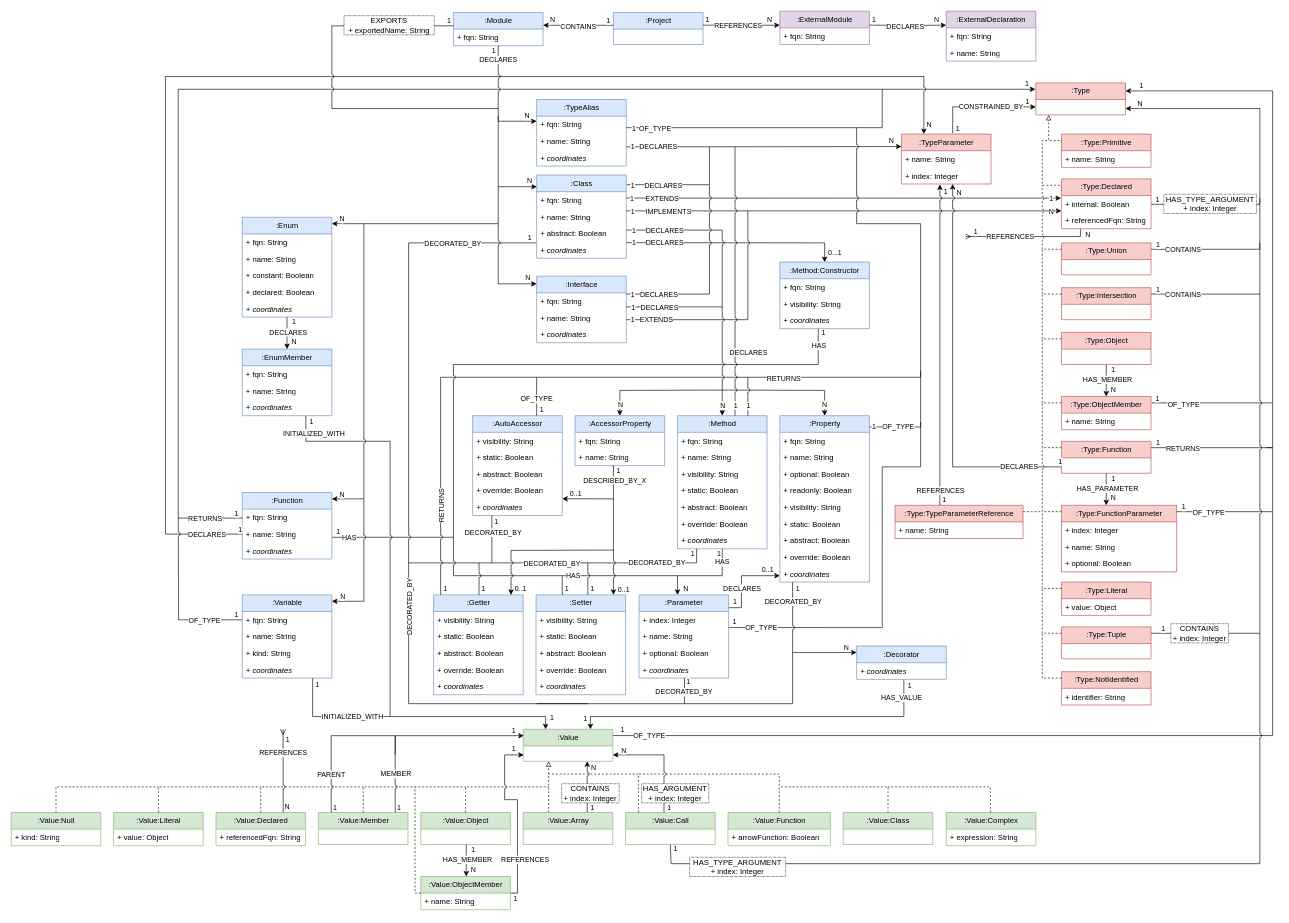
The draw.io diagram docs/jqa-ts-plugin-model.drawio in jqassistant-plugin/jqassistant-typescript-plugin, before the edit. Source tidied: cells renumbered, new cells numbered last; positions are measured from the earlier drawing's top-left corner, leaving out a move shared by most shapes. Both pictures are drawn from the tidied source at 64%, with x=0, y=0 at pixel (11, 11).
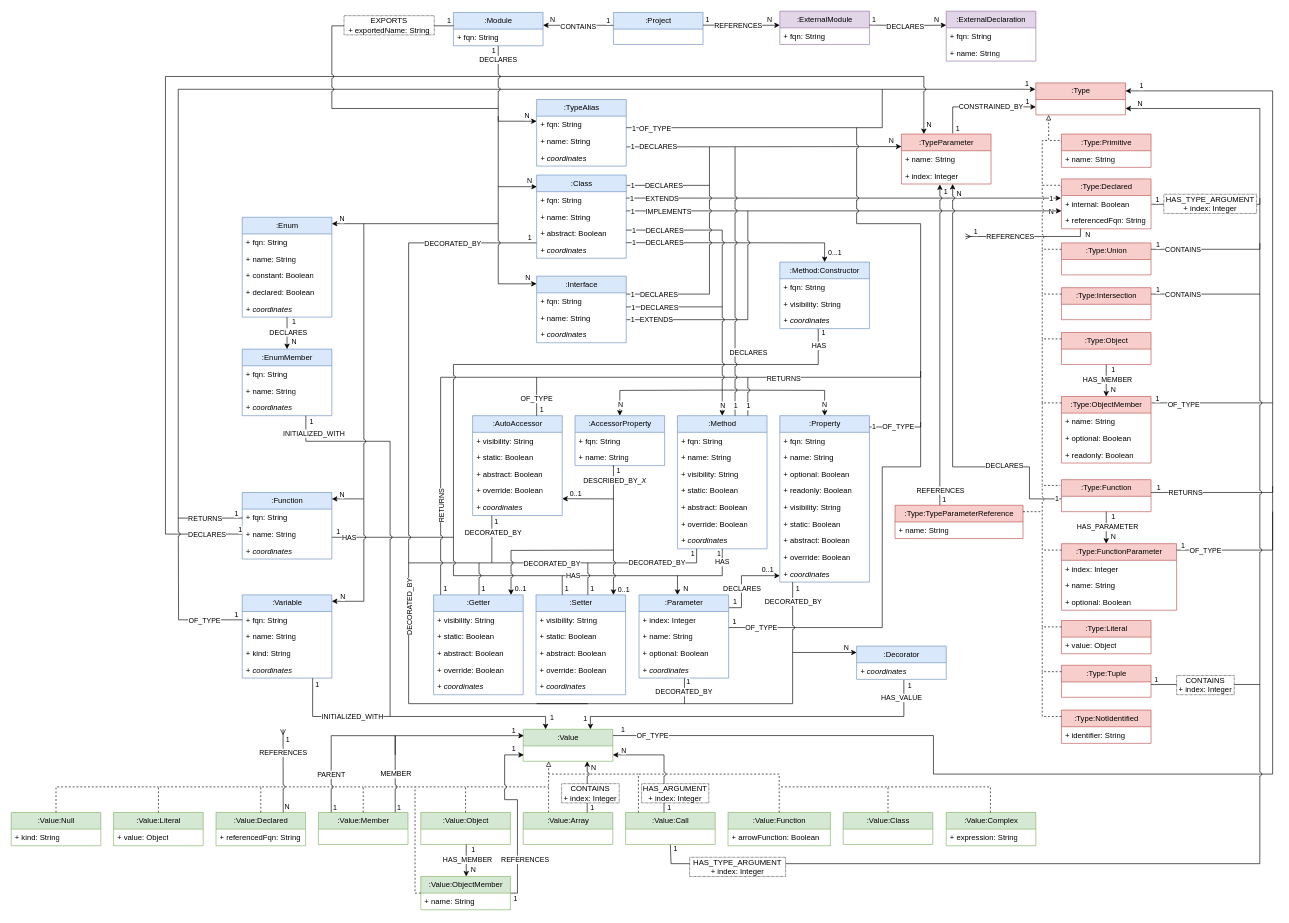
The same page after the edit.

The change refers to these unchanged cells:
```xml
<mxCell id="64" value="+ index: Integer" style="text;strokeColor=none;fillColor=none;align=left;verticalAlign=top;spacingLeft=4;spacingRight=4;overflow=hidden;points=[[0,0.5],[1,0.5]];portConstraint=eastwest;whiteSpace=wrap;html=1;" parent="62" vertex="1">
  <mxGeometry y="52" width="140" height="26" as="geometry" />
</mxCell>
<mxCell id="100" value=":Class" style="swimlane;fontStyle=0;horizontal=1;startSize=26;fillColor=#dae8fc;html=1;strokeColor=#6c8ebf;" parent="1" vertex="1">
  <mxGeometry x="821" y="256" width="140" height="130" as="geometry" />
</mxCell>
<mxCell id="127" value=":Value" style="swimlane;fontStyle=0;horizontal=1;startSize=26;fillColor=#d5e8d4;html=1;strokeColor=#82b366;" parent="1" vertex="1">
  <mxGeometry x="800" y="1122" width="140" height="50" as="geometry" />
</mxCell>
<mxCell id="194" value=":Value:Call" style="swimlane;fontStyle=0;horizontal=1;startSize=26;fillColor=#d5e8d4;html=1;strokeColor=#82b366;" parent="1" vertex="1">
  <mxGeometry x="960" y="1252" width="140" height="50" as="geometry" />
</mxCell>
```

Change to the diagram source:
```diff
@@
     <mxCell id="48" value=":Type:ObjectMember" style="swimlane;fontStyle=0;horizontal=1;startSize=26;fillColor=#f8cecc;html=1;strokeColor=#b85450;" parent="1" vertex="1">
-      <mxGeometry x="1641" y="602" width="140" height="52" as="geometry" />
+      <mxGeometry x="1641" y="602" width="140" height="104" as="geometry" />
     </mxCell>
@@
+    <mxCell id="406" value="+ optional: Boolean" style="text;strokeColor=none;fillColor=none;align=left;verticalAlign=top;spacingLeft=4;spacingRight=4;overflow=hidden;whiteSpace=wrap;html=1;" parent="48" vertex="1">
+      <mxGeometry y="52" width="140" height="26" as="geometry" />
+    </mxCell>
+    <mxCell id="407" value="+ readonly: Boolean" style="text;strokeColor=none;fillColor=none;align=left;verticalAlign=top;spacingLeft=4;spacingRight=4;overflow=hidden;whiteSpace=wrap;html=1;" parent="48" vertex="1">
+      <mxGeometry y="78" width="140" height="26" as="geometry" />
+    </mxCell>
@@
     <mxCell id="54" value=":Type:Function" style="swimlane;fontStyle=0;horizontal=1;startSize=26;fillColor=#f8cecc;html=1;strokeColor=#b85450;" parent="1" vertex="1">
-      <mxGeometry x="1641" y="672" width="140" height="50" as="geometry" />
+      <mxGeometry x="1641" y="732" width="140" height="50" as="geometry" />
     </mxCell>
     <mxCell id="55" style="edgeStyle=orthogonalEdgeStyle;rounded=0;orthogonalLoop=1;jettySize=auto;html=1;endArrow=none;endFill=0;jumpStyle=none;" parent="1" edge="1">
       <mxGeometry relative="1" as="geometry">
-        <mxPoint x="1781" y="682" as="sourcePoint" />
+        <mxPoint x="1781" y="752" as="sourcePoint" />
         <mxPoint x="1971" y="612" as="targetPoint" />
         <Array as="points">
-          <mxPoint x="1971" y="682" />
+          <mxPoint x="1781" y="752" />
+          <mxPoint x="1971" y="752" />
         </Array>
       </mxGeometry>
     </mxCell>
     <mxCell id="56" value="RETURNS" style="edgeLabel;html=1;align=center;verticalAlign=middle;" parent="55" vertex="1">
       <mxGeometry x="-0.03" relative="1" as="geometry">
-        <mxPoint x="-77" as="offset" />
+        <mxPoint x="-107" as="offset" />
       </mxGeometry>
     </mxCell>
     <mxCell id="57" value="1" style="edgeLabel;html=1;align=center;verticalAlign=middle;" parent="55" vertex="1">
       <mxGeometry x="-0.73" y="1" relative="1" as="geometry">
-        <mxPoint x="-25" y="-8" as="offset" />
+        <mxPoint x="-34" y="-8" as="offset" />
       </mxGeometry>
     </mxCell>
@@
     <mxCell id="66" value=":Type:FunctionParameter" style="swimlane;fontStyle=0;horizontal=1;startSize=26;fillColor=#f8cecc;html=1;strokeColor=#b85450;" parent="1" vertex="1">
-      <mxGeometry x="1641" y="772" width="180" height="104" as="geometry" />
+      <mxGeometry x="1641" y="832" width="180" height="104" as="geometry" />
     </mxCell>
@@
     <mxCell id="70" style="edgeStyle=orthogonalEdgeStyle;rounded=0;orthogonalLoop=1;jettySize=auto;html=1;endArrow=none;endFill=0;jumpStyle=none;" parent="1" edge="1">
       <mxGeometry relative="1" as="geometry">
-        <mxPoint x="1821" y="782" as="sourcePoint" />
-        <mxPoint x="1961" y="682" as="targetPoint" />
+        <mxPoint x="1821" y="842" as="sourcePoint" />
+        <mxPoint x="1971" y="742" as="targetPoint" />
         <Array as="points">
-          <mxPoint x="1971" y="782" />
-          <mxPoint x="1971" y="682" />
+          <mxPoint x="1971" y="842" />
+          <mxPoint x="1971" y="742" />
         </Array>
       </mxGeometry>
     </mxCell>
@@
     <mxCell id="73" style="edgeStyle=orthogonalEdgeStyle;rounded=0;orthogonalLoop=1;jettySize=auto;html=1;exitX=0.5;exitY=1;exitDx=0;exitDy=0;entryX=0.5;entryY=0;entryDx=0;entryDy=0;" parent="1" edge="1">
       <mxGeometry relative="1" as="geometry">
-        <mxPoint x="1711" y="722" as="sourcePoint" />
-        <mxPoint x="1711" y="772" as="targetPoint" />
+        <mxPoint x="1711" y="782" as="sourcePoint" />
+        <mxPoint x="1711" y="832" as="targetPoint" />
       </mxGeometry>
     </mxCell>
@@
-    <mxCell id="77" style="edgeStyle=orthogonalEdgeStyle;rounded=0;orthogonalLoop=1;jettySize=auto;html=1;endArrow=none;endFill=0;jumpStyle=arc;dashed=1;" parent="1" edge="1">
+    <mxCell id="77" style="edgeStyle=orthogonalEdgeStyle;rounded=0;jettySize=auto;html=1;endArrow=none;endFill=0;jumpStyle=arc;dashed=1;entryX=-0.014;entryY=0.18;entryDx=0;entryDy=0;entryPerimeter=0;" parent="1" edge="1" target="54">
       <mxGeometry relative="1" as="geometry">
-        <mxPoint x="1641" y="682" as="sourcePoint" />
-        <mxPoint x="1611" y="612" as="targetPoint" />
+        <mxPoint x="1611" y="612" as="sourcePoint" />
         <Array as="points">
-          <mxPoint x="1611" y="682" />
-          <mxPoint x="1611" y="612" />
+          <mxPoint x="1611" y="741" />
         </Array>
       </mxGeometry>
     </mxCell>
     <mxCell id="78" value=":Type:Literal" style="swimlane;fontStyle=0;horizontal=1;startSize=26;fillColor=#f8cecc;html=1;strokeColor=#b85450;" parent="1" vertex="1">
-      <mxGeometry x="1641" y="892" width="140" height="52" as="geometry" />
+      <mxGeometry x="1641" y="952" width="140" height="52" as="geometry" />
     </mxCell>
@@
     <mxCell id="80" style="edgeStyle=orthogonalEdgeStyle;rounded=0;orthogonalLoop=1;jettySize=auto;html=1;endArrow=none;endFill=0;jumpStyle=arc;dashed=1;" parent="1" edge="1">
       <mxGeometry relative="1" as="geometry">
-        <mxPoint x="1641" y="902" as="sourcePoint" />
-        <mxPoint x="1611" y="782" as="targetPoint" />
+        <mxPoint x="1641" y="962" as="sourcePoint" />
+        <mxPoint x="1611" y="842" as="targetPoint" />
         <Array as="points">
-          <mxPoint x="1611" y="902" />
-          <mxPoint x="1611" y="782" />
+          <mxPoint x="1611" y="962" />
+          <mxPoint x="1611" y="842" />
         </Array>
       </mxGeometry>
     </mxCell>
     <mxCell id="81" value=":Type:Tuple" style="swimlane;fontStyle=0;horizontal=1;startSize=26;fillColor=#f8cecc;html=1;strokeColor=#b85450;" parent="1" vertex="1">
-      <mxGeometry x="1641" y="962" width="140" height="50" as="geometry" />
+      <mxGeometry x="1641" y="1022" width="140" height="50" as="geometry" />
     </mxCell>
     <mxCell id="82" style="edgeStyle=orthogonalEdgeStyle;rounded=0;orthogonalLoop=1;jettySize=auto;html=1;endArrow=none;endFill=0;jumpStyle=arc;dashed=1;" parent="1" edge="1">
       <mxGeometry relative="1" as="geometry">
-        <mxPoint x="1641" y="972" as="sourcePoint" />
-        <mxPoint x="1611" y="902" as="targetPoint" />
+        <mxPoint x="1641" y="1032" as="sourcePoint" />
+        <mxPoint x="1611" y="962" as="targetPoint" />
         <Array as="points">
-          <mxPoint x="1611" y="972" />
-          <mxPoint x="1611" y="902" />
+          <mxPoint x="1611" y="1032" />
+          <mxPoint x="1611" y="962" />
         </Array>
       </mxGeometry>
     </mxCell>
     <mxCell id="83" style="edgeStyle=orthogonalEdgeStyle;rounded=0;orthogonalLoop=1;jettySize=auto;html=1;endArrow=none;endFill=0;jumpStyle=arc;startArrow=none;startFill=0;" parent="1" edge="1">
       <mxGeometry relative="1" as="geometry">
-        <mxPoint x="1781" y="972" as="sourcePoint" />
+        <mxPoint x="1781" y="1052" as="sourcePoint" />
         <mxPoint x="1951" y="442" as="targetPoint" />
         <Array as="points">
-          <mxPoint x="1951" y="972" />
+          <mxPoint x="1781" y="1052" />
+          <mxPoint x="1951" y="1052" />
         </Array>
       </mxGeometry>
     </mxCell>
     <mxCell id="84" value="1" style="edgeLabel;html=1;align=center;verticalAlign=middle;" parent="83" vertex="1">
       <mxGeometry x="-0.73" y="1" relative="1" as="geometry">
-        <mxPoint x="-77" y="-7" as="offset" />
+        <mxPoint x="-98" y="-8" as="offset" />
       </mxGeometry>
     </mxCell>
     <mxCell id="85" value="CONTAINS&lt;br&gt;+ index: Integer" style="rounded=0;whiteSpace=wrap;html=1;dashed=1;dashPattern=1 1;" parent="1" vertex="1">
-      <mxGeometry x="1812" y="957" width="90" height="30" as="geometry" />
+      <mxGeometry x="1821" y="1038" width="90" height="30" as="geometry" />
     </mxCell>
     <mxCell id="86" value=":Type:NotIdentified" style="swimlane;fontStyle=0;horizontal=1;startSize=26;fillColor=#f8cecc;html=1;strokeColor=#b85450;" parent="1" vertex="1">
-      <mxGeometry x="1641" y="1032" width="140" height="52" as="geometry" />
+      <mxGeometry x="1641" y="1092" width="140" height="52" as="geometry" />
     </mxCell>
@@
     <mxCell id="88" style="edgeStyle=orthogonalEdgeStyle;rounded=0;orthogonalLoop=1;jettySize=auto;html=1;endArrow=none;endFill=0;jumpStyle=arc;dashed=1;" parent="1" edge="1">
       <mxGeometry relative="1" as="geometry">
-        <mxPoint x="1641" y="1042" as="sourcePoint" />
-        <mxPoint x="1611" y="972" as="targetPoint" />
+        <mxPoint x="1641" y="1102" as="sourcePoint" />
+        <mxPoint x="1611" y="1032" as="targetPoint" />
         <Array as="points">
-          <mxPoint x="1611" y="1042" />
-          <mxPoint x="1611" y="972" />
+          <mxPoint x="1611" y="1102" />
+          <mxPoint x="1611" y="1032" />
         </Array>
       </mxGeometry>
     </mxCell>
@@
     <mxCell id="124" style="edgeStyle=orthogonalEdgeStyle;rounded=0;jettySize=auto;html=1;endArrow=none;endFill=0;exitX=0.996;exitY=0.196;exitDx=0;exitDy=0;exitPerimeter=0;" parent="1" edge="1" source="127">
       <mxGeometry relative="1" as="geometry">
         <mxPoint x="1971" y="782" as="targetPoint" />
         <Array as="points">
-          <mxPoint x="1971" y="1132" />
+          <mxPoint x="1441" y="1132" />
+          <mxPoint x="1441" y="1192" />
+          <mxPoint x="1971" y="1192" />
         </Array>
       </mxGeometry>
     </mxCell>
@@
     <mxCell id="192" style="edgeStyle=orthogonalEdgeStyle;rounded=0;jettySize=auto;html=1;exitX=0.5;exitY=1;exitDx=0;exitDy=0;endArrow=none;endFill=0;jumpStyle=arc;" parent="1" edge="1" source="194">
       <mxGeometry relative="1" as="geometry">
-        <mxPoint x="1951" y="972" as="targetPoint" />
+        <mxPoint x="1951" y="1052" as="targetPoint" />
         <Array as="points">
           <mxPoint x="1031" y="1332" />
           <mxPoint x="1951" y="1332" />
         </Array>
       </mxGeometry>
     </mxCell>
@@
-    <mxCell id="241" style="endArrow=none;html=1;rounded=0;edgeStyle=orthogonalEdgeStyle;jumpStyle=arc;exitX=1.005;exitY=0.116;exitDx=0;exitDy=0;exitPerimeter=0;" parent="1" edge="1" source="100">
-      <mxGeometry relative="1" as="geometry">
-        <mxPoint x="1091" y="212" as="targetPoint" />
-        <Array as="points">
-          <mxPoint x="1091" y="271" />
-        </Array>
-      </mxGeometry>
-    </mxCell>
-    <mxCell id="242" value="1" style="edgeLabel;html=1;align=center;verticalAlign=middle;" parent="241" vertex="1">
-      <mxGeometry x="-0.93" relative="1" as="geometry">
-        <mxPoint x="2" as="offset" />
-      </mxGeometry>
-    </mxCell>
-    <mxCell id="243" value="DECLARES" style="edgeLabel;html=1;align=center;verticalAlign=middle;" parent="241" vertex="1">
-      <mxGeometry x="-0.75" y="-1" relative="1" as="geometry">
-        <mxPoint x="33" y="-1" as="offset" />
-      </mxGeometry>
-    </mxCell>
@@
-    <mxCell id="321" style="edgeStyle=orthogonalEdgeStyle;rounded=0;jettySize=auto;html=1;exitX=0;exitY=0.25;exitDx=0;exitDy=0;jumpStyle=arc;" parent="1" edge="1" target="64">
+    <mxCell id="321" style="edgeStyle=orthogonalEdgeStyle;rounded=0;jettySize=auto;html=1;jumpStyle=arc;" parent="1" edge="1" target="64">
       <mxGeometry relative="1" as="geometry">
-        <mxPoint x="1641" y="712" as="sourcePoint" />
+        <mxPoint x="1641" y="762" as="sourcePoint" />
         <Array as="points">
+          <mxPoint x="1591" y="762" />
+          <mxPoint x="1591" y="712" />
           <mxPoint x="1471" y="712" />
         </Array>
       </mxGeometry>
     </mxCell>
     <mxCell id="322" value="DECLARES" style="edgeLabel;html=1;align=center;verticalAlign=middle;" parent="321" vertex="1">
       <mxGeometry x="-0.79" y="-2" relative="1" as="geometry">
-        <mxPoint x="-3" y="1" as="offset" />
+        <mxPoint x="-42" y="-32" as="offset" />
       </mxGeometry>
     </mxCell>
     <mxCell id="323" value="1" style="edgeLabel;html=1;align=center;verticalAlign=middle;" parent="321" vertex="1">
       <mxGeometry x="-0.98" y="-1" relative="1" as="geometry">
-        <mxPoint x="3" y="-8" as="offset" />
+        <mxPoint x="-1" as="offset" />
       </mxGeometry>
     </mxCell>
@@
     <mxCell id="325" style="edgeStyle=orthogonalEdgeStyle;rounded=0;orthogonalLoop=1;jettySize=auto;html=1;endArrow=none;endFill=0;jumpStyle=arc;dashed=1;" parent="1" edge="1">
       <mxGeometry relative="1" as="geometry">
-        <mxPoint x="1641" y="782" as="sourcePoint" />
-        <mxPoint x="1611" y="682" as="targetPoint" />
+        <mxPoint x="1641" y="842" as="sourcePoint" />
+        <mxPoint x="1611" y="742" as="targetPoint" />
         <Array as="points">
-          <mxPoint x="1611" y="782" />
-          <mxPoint x="1611" y="682" />
+          <mxPoint x="1611" y="842" />
+          <mxPoint x="1611" y="742" />
         </Array>
       </mxGeometry>
     </mxCell>
@@
+    <mxCell id="241" style="endArrow=none;html=1;rounded=0;edgeStyle=orthogonalEdgeStyle;jumpStyle=arc;exitX=1.005;exitY=0.116;exitDx=0;exitDy=0;exitPerimeter=0;" parent="1" edge="1">
+      <mxGeometry relative="1" as="geometry">
+        <mxPoint x="961.7" y="272.1" as="sourcePoint" />
+        <mxPoint x="1091" y="212" as="targetPoint" />
+        <Array as="points">
+          <mxPoint x="1091" y="272" />
+        </Array>
+      </mxGeometry>
+    </mxCell>
+    <mxCell id="242" value="1" style="edgeLabel;html=1;align=center;verticalAlign=middle;" parent="241" vertex="1">
+      <mxGeometry x="-0.93" relative="1" as="geometry">
+        <mxPoint x="2" as="offset" />
+      </mxGeometry>
+    </mxCell>
+    <mxCell id="243" value="DECLARES" style="edgeLabel;html=1;align=center;verticalAlign=middle;" parent="241" vertex="1">
+      <mxGeometry x="-0.75" y="-1" relative="1" as="geometry">
+        <mxPoint x="34" y="-1" as="offset" />
+      </mxGeometry>
+    </mxCell>
```
